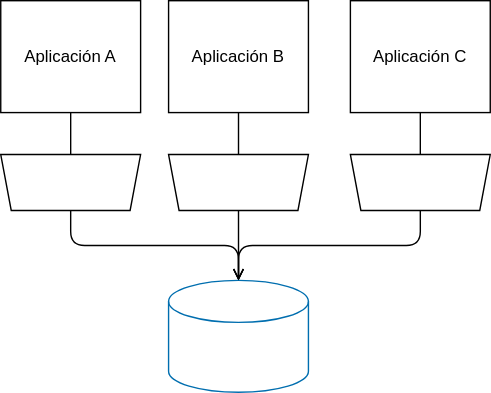
Before: diagrams/Shared_Database.svg, a diagram exported from draw.io (ucudal/ANDIS_Conceptos). Source tidied: cells renumbered, new cells last; positions are measured from the earlier drawing's top-left corner, leaving out a move shared by most shapes.
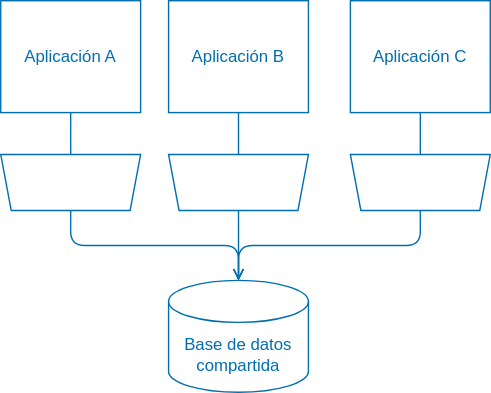
The same diagram one commit later.

Change to the diagram source:
```diff
@@ -2,43 +2,43 @@
   <root>
     <mxCell id="0" />
     <mxCell id="1" parent="0" />
-    <mxCell id="2" value="Aplicación A" style="rounded=0;whiteSpace=wrap;html=1;strokeColor=light-dark(#000000,#006EAF);fontColor=light-dark(#000000,#006EAF);fillColor=none;direction=south;" parent="1" vertex="1">
+    <mxCell id="2" value="Aplicación A" style="rounded=0;whiteSpace=wrap;html=1;strokeColor=light-dark(#006EAF,#006EAF);fontColor=light-dark(#006EAF,#006EAF);fillColor=none;direction=south;" parent="1" vertex="1">
       <mxGeometry width="100" height="80" as="geometry" />
     </mxCell>
-    <mxCell id="3" value="Aplicación B" style="rounded=0;whiteSpace=wrap;html=1;strokeColor=light-dark(#000000,#006EAF);fontColor=light-dark(#000000,#006EAF);fillColor=none;direction=south;" parent="1" vertex="1">
+    <mxCell id="3" value="Aplicación B" style="rounded=0;whiteSpace=wrap;html=1;strokeColor=light-dark(#006EAF,#006EAF);fontColor=light-dark(#006EAF,#006EAF);fillColor=none;direction=south;" parent="1" vertex="1">
       <mxGeometry x="120" width="100" height="80" as="geometry" />
     </mxCell>
-    <mxCell id="4" style="edgeStyle=orthogonalEdgeStyle;html=1;endArrow=open;endFill=0;strokeColor=light-dark(#000000,#006EAF);fontColor=light-dark(#000000,#006EAF);exitX=0.5;exitY=1;exitDx=0;exitDy=0;entryX=0.5;entryY=0;entryDx=0;entryDy=0;entryPerimeter=0;" parent="1" edge="1" source="9" target="10">
+    <mxCell id="4" style="edgeStyle=orthogonalEdgeStyle;html=1;endArrow=open;endFill=0;strokeColor=light-dark(#006EAF,#006EAF);fontColor=light-dark(#006EAF,#006EAF);exitX=0.5;exitY=1;exitDx=0;exitDy=0;entryX=0.5;entryY=0;entryDx=0;entryDy=0;entryPerimeter=0;" parent="1" edge="1" source="9" target="10">
       <mxGeometry relative="1" as="geometry" />
     </mxCell>
-    <mxCell id="5" style="edgeStyle=orthogonalEdgeStyle;html=1;endArrow=open;endFill=0;strokeColor=light-dark(#000000,#006EAF);fontColor=light-dark(#000000,#006EAF);exitX=0.5;exitY=1;exitDx=0;exitDy=0;" parent="1" edge="1" source="6" target="10">
+    <mxCell id="5" style="edgeStyle=orthogonalEdgeStyle;html=1;endArrow=open;endFill=0;strokeColor=light-dark(#006EAF,#006EAF);fontColor=light-dark(#006EAF,#006EAF);exitX=0.5;exitY=1;exitDx=0;exitDy=0;" parent="1" edge="1" source="6" target="10">
       <mxGeometry relative="1" as="geometry" />
     </mxCell>
-    <mxCell id="6" style="verticalLabelPosition=middle;verticalAlign=middle;html=1;shape=trapezoid;perimeter=trapezoidPerimeter;whiteSpace=wrap;size=0.07500000000000001;arcSize=10;flipV=1;labelPosition=center;align=center;rotation=0;strokeColor=light-dark(#000000,#006EAF);fontColor=light-dark(#000000,#006EAF);fillColor=none;" parent="1" vertex="1">
+    <mxCell id="6" style="verticalLabelPosition=middle;verticalAlign=middle;html=1;shape=trapezoid;perimeter=trapezoidPerimeter;whiteSpace=wrap;size=0.07500000000000001;arcSize=10;flipV=1;labelPosition=center;align=center;rotation=0;strokeColor=light-dark(#006EAF,#006EAF);fontColor=light-dark(#006EAF,#006EAF);fillColor=none;" parent="1" vertex="1">
       <mxGeometry y="110" width="100" height="40" as="geometry" />
     </mxCell>
-    <mxCell id="7" value="Aplicación C" style="rounded=0;whiteSpace=wrap;html=1;strokeColor=light-dark(#000000,#006EAF);fontColor=light-dark(#000000,#006EAF);fillColor=none;direction=south;" parent="1" vertex="1">
+    <mxCell id="7" value="Aplicación C" style="rounded=0;whiteSpace=wrap;html=1;strokeColor=light-dark(#006EAF,#006EAF);fontColor=light-dark(#006EAF,#006EAF);fillColor=none;direction=south;" parent="1" vertex="1">
       <mxGeometry x="250" width="100" height="80" as="geometry" />
     </mxCell>
-    <mxCell id="8" style="verticalLabelPosition=middle;verticalAlign=middle;html=1;shape=trapezoid;perimeter=trapezoidPerimeter;whiteSpace=wrap;size=0.07500000000000001;arcSize=10;flipV=1;labelPosition=center;align=center;rotation=0;strokeColor=light-dark(#000000,#006EAF);fontColor=light-dark(#000000,#006EAF);fillColor=none;" parent="1" vertex="1">
+    <mxCell id="8" style="verticalLabelPosition=middle;verticalAlign=middle;html=1;shape=trapezoid;perimeter=trapezoidPerimeter;whiteSpace=wrap;size=0.07500000000000001;arcSize=10;flipV=1;labelPosition=center;align=center;rotation=0;strokeColor=light-dark(#006EAF,#006EAF);fontColor=light-dark(#006EAF,#006EAF);fillColor=none;" parent="1" vertex="1">
       <mxGeometry x="120" y="110" width="100" height="40" as="geometry" />
     </mxCell>
-    <mxCell id="9" style="verticalLabelPosition=middle;verticalAlign=middle;html=1;shape=trapezoid;perimeter=trapezoidPerimeter;whiteSpace=wrap;size=0.07500000000000001;arcSize=10;flipV=1;labelPosition=center;align=center;rotation=0;strokeColor=light-dark(#000000,#006EAF);fontColor=light-dark(#000000,#006EAF);fillColor=none;" parent="1" vertex="1">
+    <mxCell id="9" style="verticalLabelPosition=middle;verticalAlign=middle;html=1;shape=trapezoid;perimeter=trapezoidPerimeter;whiteSpace=wrap;size=0.07500000000000001;arcSize=10;flipV=1;labelPosition=center;align=center;rotation=0;strokeColor=light-dark(#006EAF,#006EAF);fontColor=light-dark(#006EAF,#006EAF);fillColor=none;" parent="1" vertex="1">
       <mxGeometry x="250" y="110" width="100" height="40" as="geometry" />
     </mxCell>
-    <mxCell id="10" value="Base de datos compartida" style="shape=cylinder3;whiteSpace=wrap;html=1;boundedLbl=1;backgroundOutline=1;size=15;fillColor=none;fontColor=light-dark(#FFFFFF,#006EAF);strokeColor=light-dark(#006EAF,#006EAF);" parent="1" vertex="1">
+    <mxCell id="10" value="Base de datos compartida" style="shape=cylinder3;whiteSpace=wrap;html=1;boundedLbl=1;backgroundOutline=1;size=15;fillColor=none;fontColor=light-dark(#006EAF,#006EAF);strokeColor=light-dark(#006EAF,#006EAF);" parent="1" vertex="1">
       <mxGeometry x="120" y="200" width="100" height="80" as="geometry" />
     </mxCell>
-    <mxCell id="11" style="edgeStyle=none;html=1;endArrow=open;endFill=0;strokeColor=light-dark(#000000,#006EAF);fontColor=light-dark(#000000,#006EAF);exitX=0.5;exitY=1;exitDx=0;exitDy=0;entryX=0.5;entryY=0;entryDx=0;entryDy=0;entryPerimeter=0;" parent="1" edge="1" source="8" target="10">
+    <mxCell id="11" style="edgeStyle=none;html=1;endArrow=open;endFill=0;strokeColor=light-dark(#006EAF,#006EAF);fontColor=light-dark(#006EAF,#006EAF);exitX=0.5;exitY=1;exitDx=0;exitDy=0;entryX=0.5;entryY=0;entryDx=0;entryDy=0;entryPerimeter=0;" parent="1" edge="1" source="8" target="10">
       <mxGeometry relative="1" as="geometry" />
     </mxCell>
-    <mxCell id="12" style="edgeStyle=none;html=1;endArrow=none;endFill=0;strokeColor=light-dark(#000000,#006EAF);fontColor=none;noLabel=1;" parent="1" edge="1" source="2" target="6">
+    <mxCell id="12" style="edgeStyle=none;html=1;endArrow=none;endFill=0;strokeColor=light-dark(#006EAF,#006EAF);fontColor=light-dark(#006EAF,#006EAF);" parent="1" edge="1" source="2" target="6">
       <mxGeometry relative="1" as="geometry" />
     </mxCell>
-    <mxCell id="13" style="edgeStyle=none;html=1;endArrow=none;endFill=0;strokeColor=light-dark(#000000,#006EAF);fontColor=none;noLabel=1;" parent="1" edge="1" source="3" target="8">
+    <mxCell id="13" style="edgeStyle=none;html=1;endArrow=none;endFill=0;strokeColor=light-dark(#006EAF,#006EAF);fontColor=light-dark(#006EAF,#006EAF);" parent="1" edge="1" source="3" target="8">
       <mxGeometry relative="1" as="geometry" />
     </mxCell>
-    <mxCell id="14" style="edgeStyle=none;html=1;endArrow=none;endFill=0;strokeColor=light-dark(#000000,#006EAF);fontColor=none;noLabel=1;" parent="1" edge="1" source="7" target="9">
+    <mxCell id="14" style="edgeStyle=none;html=1;endArrow=none;endFill=0;strokeColor=light-dark(#006EAF,#006EAF);fontColor=light-dark(#006EAF,#006EAF);" parent="1" edge="1" source="7" target="9">
       <mxGeometry relative="1" as="geometry" />
     </mxCell>
   </root>
```
